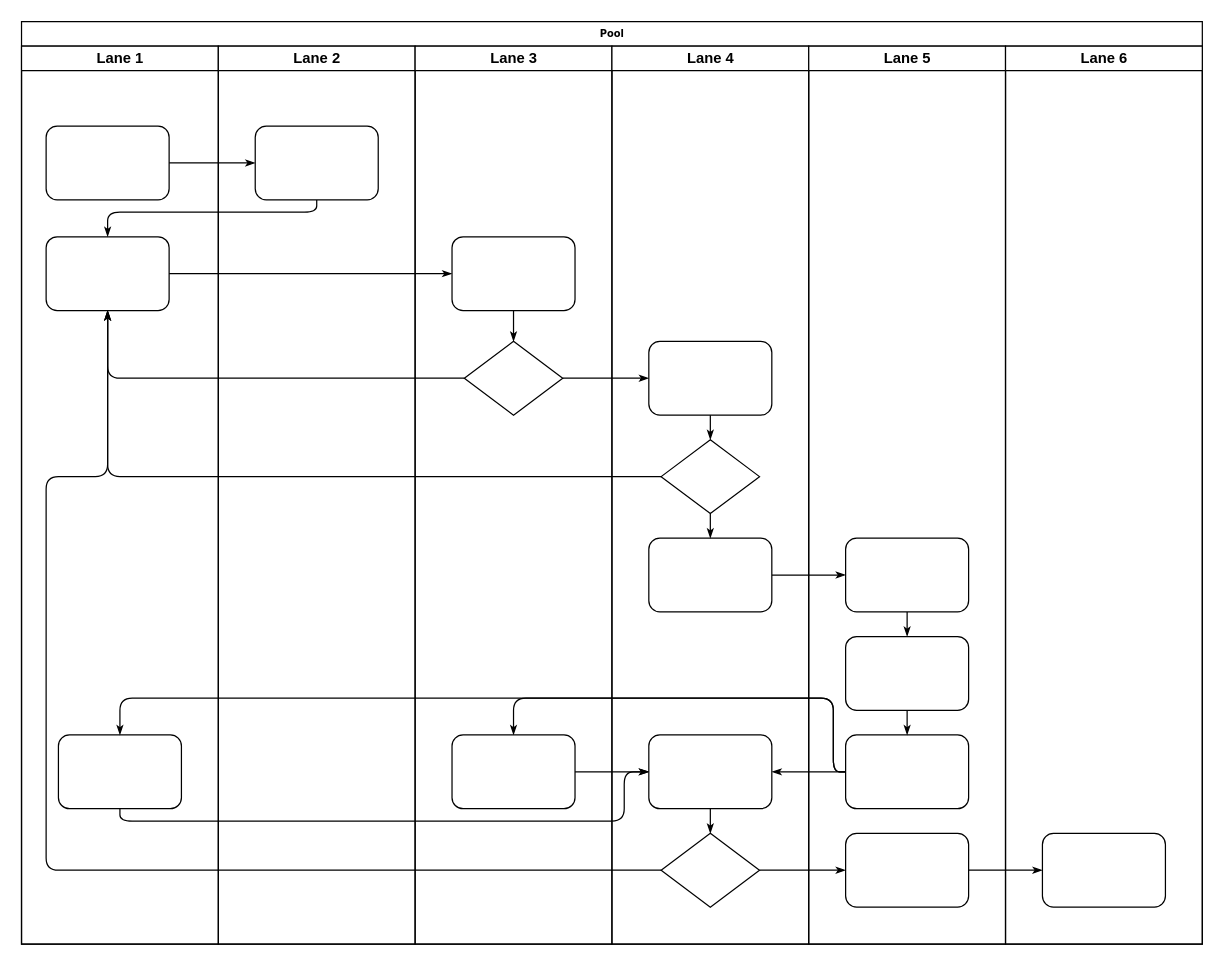
Earlier version of the draw.io diagram iz.drawio (bedward70/iz). Source tidied: cells renumbered, new cells numbered last; positions are measured from the earlier drawing's top-left corner, leaving out a move shared by most shapes. Both pictures are drawn from the tidied source at 123%, with x=0, y=0 at pixel (21, 21).
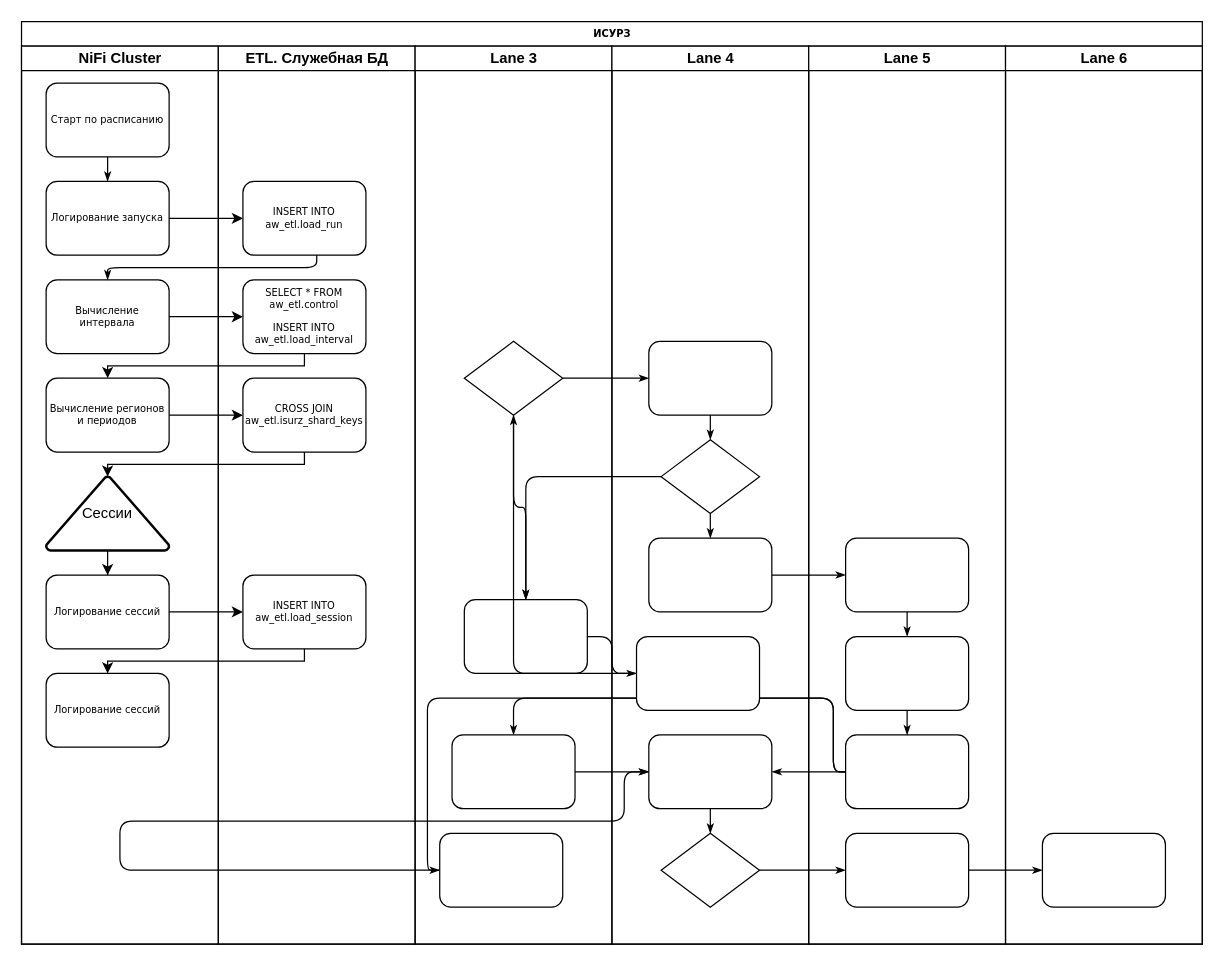
After the change.

Unchanged cells that the change refers to:
```xml
<mxCell id="24" value="Lane 3" style="swimlane;html=1;startSize=20;" parent="2" vertex="1">
  <mxGeometry x="320" y="20" width="160" height="730" as="geometry" />
</mxCell>
<mxCell id="26" style="rhombus;whiteSpace=wrap;html=1;rounded=0;shadow=0;labelBackgroundColor=none;strokeWidth=1;fontFamily=Verdana;fontSize=8;align=center;" parent="24" vertex="1">
  <mxGeometry x="40" y="240" width="80" height="60" as="geometry" />
</mxCell>
<mxCell id="29" value="Lane 4" style="swimlane;html=1;startSize=20;" parent="2" vertex="1">
  <mxGeometry x="480" y="20" width="160" height="730" as="geometry" />
</mxCell>
<mxCell id="34" style="rhombus;whiteSpace=wrap;html=1;rounded=0;shadow=0;labelBackgroundColor=none;strokeWidth=1;fontFamily=Verdana;fontSize=8;align=center;" parent="29" vertex="1">
  <mxGeometry x="40" y="640" width="80" height="60" as="geometry" />
</mxCell>
<mxCell id="41" style="rounded=1;whiteSpace=wrap;html=1;shadow=0;labelBackgroundColor=none;strokeWidth=1;fontFamily=Verdana;fontSize=8;align=center;" parent="38" vertex="1">
  <mxGeometry x="30" y="560" width="100" height="60" as="geometry" />
</mxCell>
```

Change to the diagram source:
```diff
@@
-    <mxCell id="2" value="Pool" style="swimlane;html=1;startSize=20;rounded=0;shadow=0;labelBackgroundColor=none;strokeWidth=1;fontFamily=Verdana;fontSize=8;align=center;" parent="1" vertex="1">
+    <mxCell id="2" value="ИСУРЗ" style="swimlane;html=1;startSize=20;rounded=0;shadow=0;labelBackgroundColor=none;strokeWidth=1;fontFamily=Verdana;fontSize=8;align=center;" parent="1" vertex="1">
       <mxGeometry width="960" height="750" as="geometry" />
     </mxCell>
-    <mxCell id="3" value="Lane 1" style="swimlane;html=1;startSize=20;" parent="2" vertex="1">
+    <mxCell id="3" value="NiFi Cluster" style="swimlane;html=1;startSize=20;" parent="2" vertex="1">
       <mxGeometry y="20" width="160" height="730" as="geometry" />
     </mxCell>
-    <mxCell id="4" style="rounded=1;whiteSpace=wrap;html=1;shadow=0;labelBackgroundColor=none;strokeWidth=1;fontFamily=Verdana;fontSize=8;align=center;" parent="3" vertex="1">
-      <mxGeometry x="20" y="65" width="100" height="60" as="geometry" />
+    <mxCell id="4" value="Старт по расписанию" style="rounded=1;whiteSpace=wrap;html=1;shadow=0;labelBackgroundColor=none;strokeWidth=1;fontFamily=Verdana;fontSize=8;align=center;" parent="3" vertex="1">
+      <mxGeometry x="20" y="30" width="100" height="60" as="geometry" />
     </mxCell>
-    <mxCell id="5" style="rounded=1;whiteSpace=wrap;html=1;shadow=0;labelBackgroundColor=none;strokeWidth=1;fontFamily=Verdana;fontSize=8;align=center;" parent="3" vertex="1">
-      <mxGeometry x="20" y="155" width="100" height="60" as="geometry" />
-    </mxCell>
-    <mxCell id="6" style="rounded=1;whiteSpace=wrap;html=1;shadow=0;labelBackgroundColor=none;strokeWidth=1;fontFamily=Verdana;fontSize=8;align=center;" parent="3" vertex="1">
-      <mxGeometry x="30" y="560" width="100" height="60" as="geometry" />
-    </mxCell>
+    <mxCell id="47" value="Логирование запуска" style="rounded=1;whiteSpace=wrap;html=1;shadow=0;labelBackgroundColor=none;strokeWidth=1;fontFamily=Verdana;fontSize=8;align=center;" parent="3" vertex="1">
+      <mxGeometry x="20" y="110" width="100" height="60" as="geometry" />
+    </mxCell>
-    <mxCell id="7" style="edgeStyle=orthogonalEdgeStyle;rounded=1;html=1;labelBackgroundColor=none;startArrow=none;startFill=0;startSize=5;endArrow=classicThin;endFill=1;endSize=5;jettySize=auto;strokeWidth=1;fontFamily=Verdana;fontSize=8;" parent="2" edge="1" source="4" target="23">
+    <mxCell id="7" style="edgeStyle=orthogonalEdgeStyle;rounded=1;html=1;labelBackgroundColor=none;startArrow=none;startFill=0;startSize=5;endArrow=classicThin;endFill=1;endSize=5;jettySize=auto;strokeWidth=1;fontFamily=Verdana;fontSize=8;entryX=0.5;entryY=0;entryDx=0;entryDy=0;" parent="3" edge="1" source="4" target="47">
       <mxGeometry relative="1" as="geometry" />
     </mxCell>
-    <mxCell id="8" style="edgeStyle=orthogonalEdgeStyle;rounded=1;html=1;labelBackgroundColor=none;startArrow=none;startFill=0;startSize=5;endArrow=classicThin;endFill=1;endSize=5;jettySize=auto;strokeWidth=1;fontFamily=Verdana;fontSize=8;" parent="2" edge="1" source="23" target="5">
-      <mxGeometry relative="1" as="geometry">
-        <Array as="points">
-          <mxPoint x="240" y="155" />
-          <mxPoint x="70" y="155" />
-        </Array>
-      </mxGeometry>
-    </mxCell>
-    <mxCell id="9" style="edgeStyle=orthogonalEdgeStyle;rounded=1;html=1;labelBackgroundColor=none;startArrow=none;startFill=0;startSize=5;endArrow=classicThin;endFill=1;endSize=5;jettySize=auto;strokeWidth=1;fontFamily=Verdana;fontSize=8;" parent="2" edge="1" source="5" target="25">
-      <mxGeometry relative="1" as="geometry" />
-    </mxCell>
-    <mxCell id="10" style="edgeStyle=orthogonalEdgeStyle;rounded=1;html=1;labelBackgroundColor=none;startArrow=none;startFill=0;startSize=5;endArrow=classicThin;endFill=1;endSize=5;jettySize=auto;strokeWidth=1;fontFamily=Verdana;fontSize=8;" parent="2" edge="1" source="26" target="5">
-      <mxGeometry relative="1" as="geometry" />
-    </mxCell>
+    <mxCell id="48" value="Вычисление интервала" style="rounded=1;whiteSpace=wrap;html=1;shadow=0;labelBackgroundColor=none;strokeWidth=1;fontFamily=Verdana;fontSize=8;align=center;" parent="3" vertex="1">
+      <mxGeometry x="20" y="190" width="100" height="60" as="geometry" />
+    </mxCell>
+    <mxCell id="49" value="Вычисление регионов и периодов" style="rounded=1;whiteSpace=wrap;html=1;shadow=0;labelBackgroundColor=none;strokeWidth=1;fontFamily=Verdana;fontSize=8;align=center;" parent="3" vertex="1">
+      <mxGeometry x="20" y="270" width="100" height="60" as="geometry" />
+    </mxCell>
+    <mxCell id="50" style="edgeStyle=orthogonalEdgeStyle;rounded=0;jettySize=auto;html=1;" parent="3" edge="1" source="51" target="52">
+      <mxGeometry relative="1" as="geometry" />
+    </mxCell>
+    <mxCell id="51" value="Сессии" style="strokeWidth=2;html=1;shape=mxgraph.flowchart.extract_or_measurement;whiteSpace=wrap;" parent="3" vertex="1">
+      <mxGeometry x="20" y="350" width="100" height="60" as="geometry" />
+    </mxCell>
+    <mxCell id="52" value="Логирование сессий" style="rounded=1;whiteSpace=wrap;html=1;shadow=0;labelBackgroundColor=none;strokeWidth=1;fontFamily=Verdana;fontSize=8;align=center;" parent="3" vertex="1">
+      <mxGeometry x="20" y="430" width="100" height="60" as="geometry" />
+    </mxCell>
+    <mxCell id="53" value="Логирование сессий" style="rounded=1;whiteSpace=wrap;html=1;shadow=0;labelBackgroundColor=none;strokeWidth=1;fontFamily=Verdana;fontSize=8;align=center;" parent="3" vertex="1">
+      <mxGeometry x="20" y="510" width="100" height="60" as="geometry" />
+    </mxCell>
@@
-    <mxCell id="12" style="edgeStyle=orthogonalEdgeStyle;rounded=1;html=1;labelBackgroundColor=none;startArrow=none;startFill=0;startSize=5;endArrow=classicThin;endFill=1;endSize=5;jettySize=auto;strokeWidth=1;fontFamily=Verdana;fontSize=8;" parent="2" edge="1" source="34" target="5">
-      <mxGeometry relative="1" as="geometry">
-        <Array as="points">
-          <mxPoint x="20" y="690" />
-          <mxPoint x="20" y="370" />
-          <mxPoint x="70" y="370" />
-        </Array>
-      </mxGeometry>
-    </mxCell>
@@
     <mxCell id="19" style="edgeStyle=orthogonalEdgeStyle;rounded=1;html=1;labelBackgroundColor=none;startArrow=none;startFill=0;startSize=5;endArrow=classicThin;endFill=1;endSize=5;jettySize=auto;strokeWidth=1;fontFamily=Verdana;fontSize=8;" parent="2" edge="1" source="41" target="6">
       <mxGeometry relative="1" as="geometry">
         <Array as="points">
           <mxPoint x="660" y="610" />
           <mxPoint x="660" y="550" />
-          <mxPoint x="80" y="550" />
+          <mxPoint x="330" y="550" />
+          <mxPoint x="330" y="690" />
         </Array>
       </mxGeometry>
     </mxCell>
@@
-    <mxCell id="22" value="Lane 2" style="swimlane;html=1;startSize=20;" parent="2" vertex="1">
+    <mxCell id="22" value="ETL. Служебная БД" style="swimlane;html=1;startSize=20;" parent="2" vertex="1">
       <mxGeometry x="160" y="20" width="160" height="730" as="geometry" />
     </mxCell>
-    <mxCell id="23" style="rounded=1;whiteSpace=wrap;html=1;shadow=0;labelBackgroundColor=none;strokeWidth=1;fontFamily=Verdana;fontSize=8;align=center;" parent="22" vertex="1">
-      <mxGeometry x="30" y="65" width="100" height="60" as="geometry" />
+    <mxCell id="23" value="INSERT INTO aw_etl.load_run" style="rounded=1;whiteSpace=wrap;html=1;shadow=0;labelBackgroundColor=none;strokeWidth=1;fontFamily=Verdana;fontSize=8;align=center;" parent="22" vertex="1">
+      <mxGeometry x="20" y="110" width="100" height="60" as="geometry" />
     </mxCell>
+    <mxCell id="54" value="SELECT * FROM aw_etl.control&lt;br&gt;&lt;br&gt;INSERT INTO aw_etl.load_interval" style="rounded=1;whiteSpace=wrap;html=1;shadow=0;labelBackgroundColor=none;strokeWidth=1;fontFamily=Verdana;fontSize=8;align=center;" parent="22" vertex="1">
+      <mxGeometry x="20" y="190" width="100" height="60" as="geometry" />
+    </mxCell>
+    <mxCell id="55" value="CROSS JOIN aw_etl.isurz_shard_keys" style="rounded=1;whiteSpace=wrap;html=1;shadow=0;labelBackgroundColor=none;strokeWidth=1;fontFamily=Verdana;fontSize=8;align=center;" parent="22" vertex="1">
+      <mxGeometry x="20" y="270" width="100" height="60" as="geometry" />
+    </mxCell>
+    <mxCell id="56" value="INSERT INTO aw_etl.load_session" style="rounded=1;whiteSpace=wrap;html=1;shadow=0;labelBackgroundColor=none;strokeWidth=1;fontFamily=Verdana;fontSize=8;align=center;" parent="22" vertex="1">
+      <mxGeometry x="20" y="430" width="100" height="60" as="geometry" />
+    </mxCell>
@@
-    <mxCell id="25" style="rounded=1;whiteSpace=wrap;html=1;shadow=0;labelBackgroundColor=none;strokeWidth=1;fontFamily=Verdana;fontSize=8;align=center;" parent="24" vertex="1">
-      <mxGeometry x="30" y="155" width="100" height="60" as="geometry" />
-    </mxCell>
@@
-    <mxCell id="28" style="edgeStyle=orthogonalEdgeStyle;rounded=1;html=1;labelBackgroundColor=none;startArrow=none;startFill=0;startSize=5;endArrow=classicThin;endFill=1;endSize=5;jettySize=auto;strokeWidth=1;fontFamily=Verdana;fontSize=8;" parent="24" edge="1" source="25" target="26">
-      <mxGeometry relative="1" as="geometry" />
-    </mxCell>
+    <mxCell id="5" style="rounded=1;whiteSpace=wrap;html=1;shadow=0;labelBackgroundColor=none;strokeWidth=1;fontFamily=Verdana;fontSize=8;align=center;" parent="24" vertex="1">
+      <mxGeometry x="40" y="450" width="100" height="60" as="geometry" />
+    </mxCell>
+    <mxCell id="10" style="edgeStyle=orthogonalEdgeStyle;rounded=1;html=1;labelBackgroundColor=none;startArrow=none;startFill=0;startSize=5;endArrow=classicThin;endFill=1;endSize=5;jettySize=auto;strokeWidth=1;fontFamily=Verdana;fontSize=8;" parent="24" edge="1" source="26" target="5">
+      <mxGeometry relative="1" as="geometry" />
+    </mxCell>
+    <mxCell id="6" style="rounded=1;whiteSpace=wrap;html=1;shadow=0;labelBackgroundColor=none;strokeWidth=1;fontFamily=Verdana;fontSize=8;align=center;" parent="24" vertex="1">
+      <mxGeometry x="20" y="640" width="100" height="60" as="geometry" />
+    </mxCell>
@@
+    <mxCell id="25" style="rounded=1;whiteSpace=wrap;html=1;shadow=0;labelBackgroundColor=none;strokeWidth=1;fontFamily=Verdana;fontSize=8;align=center;" parent="29" vertex="1">
+      <mxGeometry x="20" y="480" width="100" height="60" as="geometry" />
+    </mxCell>
@@
+    <mxCell id="57" style="edgeStyle=orthogonalEdgeStyle;rounded=1;html=1;labelBackgroundColor=none;startArrow=none;startFill=0;startSize=5;endArrow=classicThin;endFill=1;endSize=5;jettySize=auto;strokeWidth=1;fontFamily=Verdana;fontSize=8;entryX=0.5;entryY=0;entryDx=0;entryDy=0;" parent="2" edge="1" source="23" target="48">
+      <mxGeometry relative="1" as="geometry">
+        <Array as="points">
+          <mxPoint x="240" y="200" />
+          <mxPoint x="70" y="200" />
+        </Array>
+      </mxGeometry>
+    </mxCell>
+    <mxCell id="28" style="edgeStyle=orthogonalEdgeStyle;rounded=1;html=1;labelBackgroundColor=none;startArrow=none;startFill=0;startSize=5;endArrow=classicThin;endFill=1;endSize=5;jettySize=auto;strokeWidth=1;fontFamily=Verdana;fontSize=8;" parent="2" edge="1" source="25" target="26">
+      <mxGeometry relative="1" as="geometry" />
+    </mxCell>
+    <mxCell id="58" style="edgeStyle=orthogonalEdgeStyle;rounded=0;jettySize=auto;html=1;" parent="2" edge="1" source="47" target="23">
+      <mxGeometry relative="1" as="geometry" />
+    </mxCell>
+    <mxCell id="59" style="edgeStyle=orthogonalEdgeStyle;rounded=0;jettySize=auto;html=1;" parent="2" edge="1" source="48" target="54">
+      <mxGeometry relative="1" as="geometry" />
+    </mxCell>
+    <mxCell id="9" style="edgeStyle=orthogonalEdgeStyle;rounded=1;html=1;labelBackgroundColor=none;startArrow=none;startFill=0;startSize=5;endArrow=classicThin;endFill=1;endSize=5;jettySize=auto;strokeWidth=1;fontFamily=Verdana;fontSize=8;" parent="2" edge="1" source="5" target="25">
+      <mxGeometry relative="1" as="geometry" />
+    </mxCell>
+    <mxCell id="60" style="edgeStyle=orthogonalEdgeStyle;rounded=0;jettySize=auto;html=1;entryX=0.5;entryY=0;entryDx=0;entryDy=0;" parent="2" edge="1" source="54" target="49">
+      <mxGeometry relative="1" as="geometry">
+        <Array as="points">
+          <mxPoint x="230" y="280" />
+          <mxPoint x="70" y="280" />
+        </Array>
+      </mxGeometry>
+    </mxCell>
+    <mxCell id="61" style="edgeStyle=orthogonalEdgeStyle;rounded=0;jettySize=auto;html=1;entryX=0.5;entryY=0;entryDx=0;entryDy=0;entryPerimeter=0;" parent="2" edge="1" source="55" target="51">
+      <mxGeometry relative="1" as="geometry">
+        <Array as="points">
+          <mxPoint x="230" y="360" />
+          <mxPoint x="70" y="360" />
+        </Array>
+      </mxGeometry>
+    </mxCell>
+    <mxCell id="62" style="edgeStyle=orthogonalEdgeStyle;rounded=0;jettySize=auto;html=1;" parent="2" edge="1" source="49" target="55">
+      <mxGeometry relative="1" as="geometry" />
+    </mxCell>
+    <mxCell id="63" style="edgeStyle=orthogonalEdgeStyle;rounded=0;jettySize=auto;html=1;" parent="2" edge="1" source="52" target="56">
+      <mxGeometry relative="1" as="geometry" />
+    </mxCell>
+    <mxCell id="64" style="edgeStyle=orthogonalEdgeStyle;rounded=0;jettySize=auto;html=1;entryX=0.5;entryY=0;entryDx=0;entryDy=0;" parent="2" edge="1" source="56" target="53">
+      <mxGeometry relative="1" as="geometry">
+        <Array as="points">
+          <mxPoint x="230" y="520" />
+          <mxPoint x="70" y="520" />
+        </Array>
+      </mxGeometry>
+    </mxCell>
```
